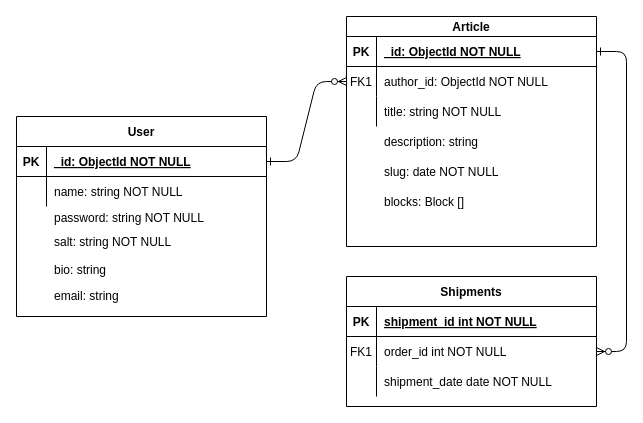
Above: minimum-schema.drawio in anhvupt/minimum-aka-medium-clone (draw.io), before the change. Source tidied: cells renumbered, new cells numbered last; positions are measured from the earlier drawing's top-left corner, leaving out a move shared by most shapes. Both pictures are drawn from the tidied source at 100%, with x=0, y=0 at pixel (16, 16).
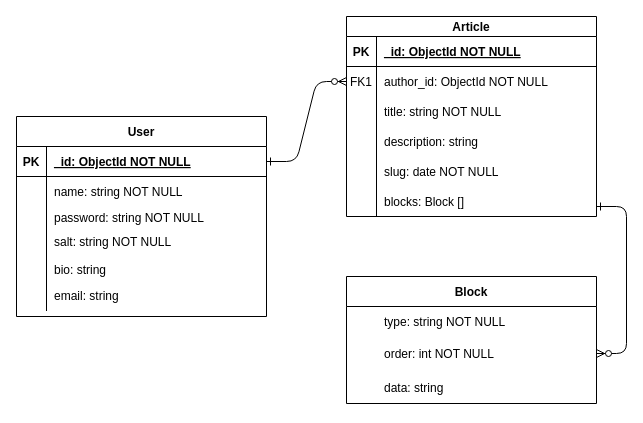
The same page after the edit.

The change refers to these unchanged cells:
```xml
<mxCell id="5" style="shape=partialRectangle;fillColor=none;points=[[0,0.5],[1,0.5]];portConstraint=eastwest;top=0;left=0;right=0;bottom=1;" parent="4" vertex="1">
  <mxGeometry y="20" width="250" height="30" as="geometry" />
</mxCell>
<mxCell id="8" style="shape=partialRectangle;fillColor=none;points=[[0,0.5],[1,0.5]];portConstraint=eastwest;top=0;left=0;right=0;bottom=0;" parent="4" vertex="1">
  <mxGeometry y="50" width="250" height="30" as="geometry" />
</mxCell>
<mxCell id="11" style="shape=partialRectangle;fillColor=none;top=0;left=0;right=0;bottom=0;" parent="4" vertex="1">
  <mxGeometry y="80" width="250" height="30" as="geometry" />
</mxCell>
```

What changed in the source:
```diff
@@
-    <mxCell id="3" style="edgeStyle=entityRelationEdgeStyle;endArrow=ERzeroToMany;startArrow=ERone;endFill=1;startFill=0;" parent="1" edge="1" source="5" target="18">
-      <mxGeometry relative="1" as="geometry" />
+    <mxCell id="3" style="edgeStyle=entityRelationEdgeStyle;endArrow=ERzeroToMany;startArrow=ERone;endFill=1;startFill=0;" parent="1" edge="1" target="18">
+      <mxGeometry relative="1" as="geometry">
+        <mxPoint x="580" y="190" as="sourcePoint" />
+      </mxGeometry>
     </mxCell>
     <mxCell id="4" value="Article" style="shape=table;startSize=20;childLayout=tableLayout;rowLines=0;fontStyle=1;align=center;" parent="1" vertex="1">
-      <mxGeometry x="330" width="250" height="230" as="geometry" />
+      <mxGeometry x="330" width="250" height="200" as="geometry" />
     </mxCell>
@@
-    <mxCell id="10" value="author_id: ObjectId NOT NULL" style="shape=partialRectangle;overflow=hidden;fillColor=none;top=0;left=0;bottom=0;right=0;align=left;spacingLeft=6;" parent="8" vertex="1">
+    <mxCell id="10" value="author_id: ObjectId NOT NULL" style="shape=partialRectangle;overflow=hidden;fillColor=none;top=0;left=1;bottom=0;right=0;align=left;spacingLeft=6;" parent="8" vertex="1">
       <mxGeometry x="30" width="220" height="30" as="geometry" />
     </mxCell>
@@
-    <mxCell id="13" value="title: string NOT NULL" style="shape=partialRectangle;overflow=hidden;fillColor=none;top=0;left=0;bottom=0;right=0;align=left;spacingLeft=6;" parent="11" vertex="1">
+    <mxCell id="13" value="title: string NOT NULL" style="shape=partialRectangle;overflow=hidden;fillColor=none;top=0;left=1;bottom=0;right=0;align=left;spacingLeft=6;" parent="11" vertex="1">
       <mxGeometry x="30" width="220" height="30" as="geometry" />
     </mxCell>
-    <mxCell id="14" value="Shipments" style="shape=table;startSize=30;childLayout=tableLayout;rowLines=0;fontStyle=1;align=center;" parent="1" vertex="1">
-      <mxGeometry x="330" y="260" width="250" height="130" as="geometry" />
+    <mxCell id="14" value="Block" style="shape=table;startSize=30;childLayout=tableLayout;rowLines=0;fontStyle=1;align=center;swimlaneLine=1;columnLines=0;swimlaneHead=1;swimlaneBody=1;horizontal=1;top=1;bottom=1;" parent="1" vertex="1">
+      <mxGeometry x="330" y="260" width="250" height="127" as="geometry" />
     </mxCell>
-    <mxCell id="15" style="shape=partialRectangle;fillColor=none;top=0;left=0;right=0;bottom=1;" parent="14" vertex="1">
+    <mxCell id="15" style="shape=partialRectangle;fillColor=none;top=0;left=0;right=0;bottom=0;" parent="14" vertex="1">
       <mxGeometry y="30" width="250" height="30" as="geometry" />
     </mxCell>
-    <mxCell id="16" value="PK" style="shape=partialRectangle;overflow=hidden;fillColor=none;top=0;left=0;bottom=0;right=0;fontStyle=1;" parent="15" vertex="1">
+    <mxCell id="16" style="shape=partialRectangle;overflow=hidden;fillColor=none;top=0;left=0;bottom=0;right=0;fontStyle=1;" parent="15" vertex="1">
       <mxGeometry width="30" height="30" as="geometry" />
     </mxCell>
-    <mxCell id="17" value="shipment_id int NOT NULL " style="shape=partialRectangle;overflow=hidden;fillColor=none;top=0;left=0;bottom=0;right=0;align=left;spacingLeft=6;fontStyle=5;" parent="15" vertex="1">
+    <mxCell id="17" value="type: string NOT NULL  " style="shape=partialRectangle;overflow=hidden;fillColor=none;top=0;left=0;bottom=0;right=0;align=left;spacingLeft=6;fontStyle=0;" parent="15" vertex="1">
       <mxGeometry x="30" width="220" height="30" as="geometry" />
     </mxCell>
     <mxCell id="18" style="shape=partialRectangle;fillColor=none;points=[[0,0.5],[1,0.5]];portConstraint=eastwest;top=0;left=0;right=0;bottom=0;" parent="14" vertex="1">
-      <mxGeometry y="60" width="250" height="30" as="geometry" />
+      <mxGeometry y="60" width="250" height="34" as="geometry" />
     </mxCell>
-    <mxCell id="19" value="FK1" style="shape=partialRectangle;overflow=hidden;fillColor=none;top=0;left=0;bottom=0;right=0;" parent="18" vertex="1">
-      <mxGeometry width="30" height="30" as="geometry" />
+    <mxCell id="19" style="shape=partialRectangle;overflow=hidden;fillColor=none;top=0;left=0;bottom=0;right=0;" parent="18" vertex="1">
+      <mxGeometry width="30" height="34" as="geometry" />
     </mxCell>
-    <mxCell id="20" value="order_id int NOT NULL" style="shape=partialRectangle;overflow=hidden;fillColor=none;top=0;left=0;bottom=0;right=0;align=left;spacingLeft=6;" parent="18" vertex="1">
-      <mxGeometry x="30" width="220" height="30" as="geometry" />
+    <mxCell id="20" value="order: int NOT NULL" style="shape=partialRectangle;overflow=hidden;fillColor=none;top=0;left=0;bottom=0;right=0;align=left;spacingLeft=6;" parent="18" vertex="1">
+      <mxGeometry x="30" width="220" height="34" as="geometry" />
     </mxCell>
     <mxCell id="21" style="shape=partialRectangle;fillColor=none;top=0;left=0;right=0;bottom=0;" parent="14" vertex="1">
-      <mxGeometry y="90" width="250" height="30" as="geometry" />
+      <mxGeometry y="94" width="250" height="33" as="geometry" />
     </mxCell>
     <mxCell id="22" style="shape=partialRectangle;overflow=hidden;fillColor=none;top=0;left=0;bottom=0;right=0;" parent="21" vertex="1">
-      <mxGeometry width="30" height="30" as="geometry" />
+      <mxGeometry width="30" height="33" as="geometry" />
     </mxCell>
-    <mxCell id="23" value="shipment_date date NOT NULL" style="shape=partialRectangle;overflow=hidden;fillColor=none;top=0;left=0;bottom=0;right=0;align=left;spacingLeft=6;" parent="21" vertex="1">
-      <mxGeometry x="30" width="220" height="30" as="geometry" />
+    <mxCell id="23" value="data: string" style="shape=partialRectangle;overflow=hidden;fillColor=none;top=0;left=0;bottom=0;right=0;align=left;spacingLeft=6;" parent="21" vertex="1">
+      <mxGeometry x="30" width="220" height="33" as="geometry" />
     </mxCell>
@@
-    <mxCell id="31" value="password: string NOT NULL" style="shape=partialRectangle;overflow=hidden;fillColor=none;top=0;left=0;bottom=0;right=0;align=left;spacingLeft=6;" parent="1" vertex="1">
+    <mxCell id="31" value="password: string NOT NULL" style="shape=partialRectangle;overflow=hidden;fillColor=none;top=0;left=1;bottom=0;right=0;align=left;spacingLeft=6;" parent="1" vertex="1">
       <mxGeometry x="30" y="186" width="220" height="30" as="geometry" />
     </mxCell>
-    <mxCell id="32" value="salt: string NOT NULL" style="shape=partialRectangle;overflow=hidden;fillColor=none;top=0;left=0;bottom=0;right=0;align=left;spacingLeft=6;" parent="1" vertex="1">
+    <mxCell id="32" value="salt: string NOT NULL" style="shape=partialRectangle;overflow=hidden;fillColor=none;top=0;left=1;bottom=0;right=0;align=left;spacingLeft=6;" parent="1" vertex="1">
       <mxGeometry x="30" y="210" width="220" height="30" as="geometry" />
     </mxCell>
-    <mxCell id="33" value="bio: string" style="shape=partialRectangle;overflow=hidden;fillColor=none;top=0;left=0;bottom=0;right=0;align=left;spacingLeft=6;" parent="1" vertex="1">
+    <mxCell id="33" value="bio: string" style="shape=partialRectangle;overflow=hidden;fillColor=none;top=0;left=1;bottom=0;right=0;align=left;spacingLeft=6;" parent="1" vertex="1">
       <mxGeometry x="30" y="238" width="220" height="30" as="geometry" />
     </mxCell>
-    <mxCell id="34" value="email: string" style="shape=partialRectangle;overflow=hidden;fillColor=none;top=0;left=0;bottom=0;right=0;align=left;spacingLeft=6;" parent="1" vertex="1">
+    <mxCell id="34" value="email: string" style="shape=partialRectangle;overflow=hidden;fillColor=none;top=0;left=1;bottom=0;right=0;align=left;spacingLeft=6;" parent="1" vertex="1">
       <mxGeometry x="30" y="264" width="220" height="30" as="geometry" />
     </mxCell>
-    <mxCell id="35" value="description: string" style="shape=partialRectangle;overflow=hidden;fillColor=none;top=0;left=0;bottom=0;right=0;align=left;spacingLeft=6;" parent="1" vertex="1">
+    <mxCell id="35" value="description: string" style="shape=partialRectangle;overflow=hidden;fillColor=none;top=0;left=1;bottom=0;right=0;align=left;spacingLeft=6;" parent="1" vertex="1">
       <mxGeometry x="360" y="110" width="220" height="30" as="geometry" />
     </mxCell>
-    <mxCell id="36" value="slug: date NOT NULL" style="shape=partialRectangle;overflow=hidden;fillColor=none;top=0;left=0;bottom=0;right=0;align=left;spacingLeft=6;" parent="1" vertex="1">
+    <mxCell id="36" value="slug: date NOT NULL" style="shape=partialRectangle;overflow=hidden;fillColor=none;top=0;left=1;bottom=0;right=0;align=left;spacingLeft=6;" parent="1" vertex="1">
       <mxGeometry x="360" y="140" width="220" height="30" as="geometry" />
     </mxCell>
-    <mxCell id="37" value="blocks: Block []" style="shape=partialRectangle;overflow=hidden;fillColor=none;top=0;left=0;bottom=0;right=0;align=left;spacingLeft=6;" parent="1" vertex="1">
+    <mxCell id="37" value="blocks: Block []" style="shape=partialRectangle;overflow=hidden;fillColor=none;top=0;left=1;bottom=0;right=0;align=left;spacingLeft=6;" parent="1" vertex="1">
       <mxGeometry x="360" y="170" width="220" height="30" as="geometry" />
     </mxCell>
```
